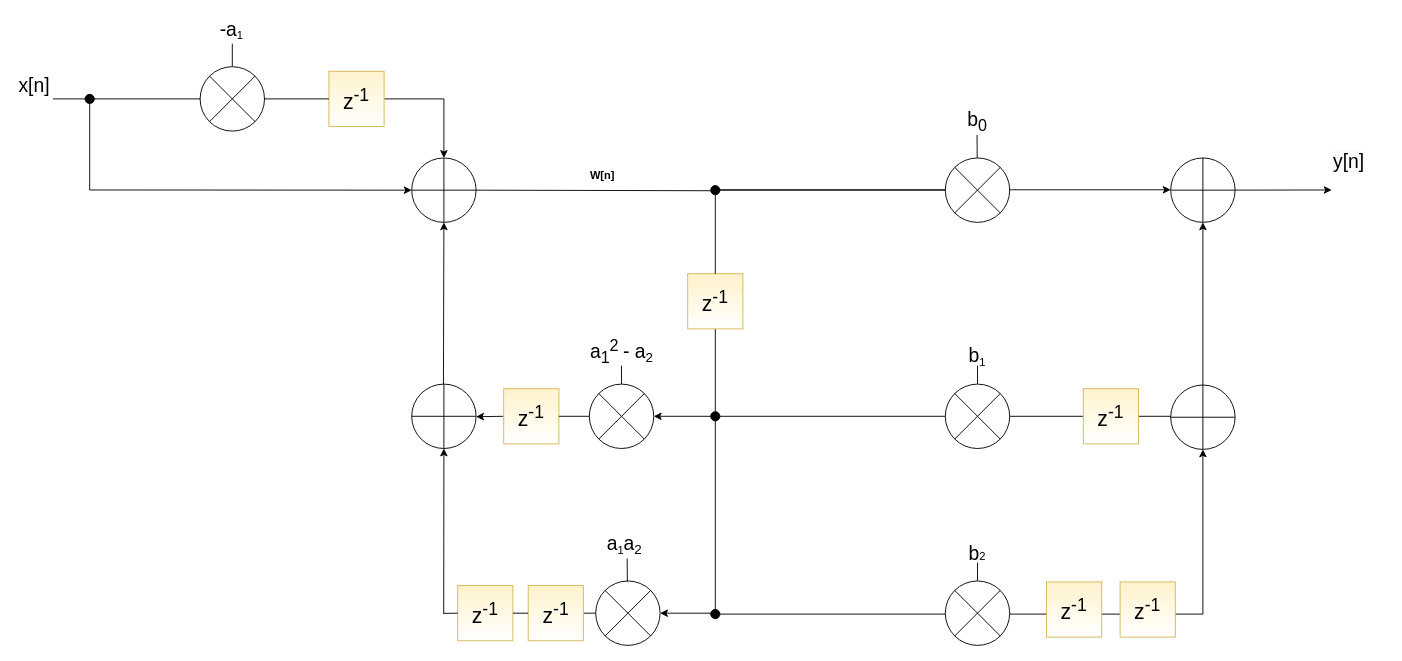
Before: drawio_wavedrom_files_innovus/optimized_version/IIR_retiming.drawio in francescobabbaro/ISA_LAB1, a draw.io diagram. Source tidied: cells renumbered, new cells numbered last; positions are measured from the earlier drawing's top-left corner, leaving out a move shared by most shapes. Both pictures are drawn from the tidied source at 92%, with x=0, y=0 at pixel (16, 16).
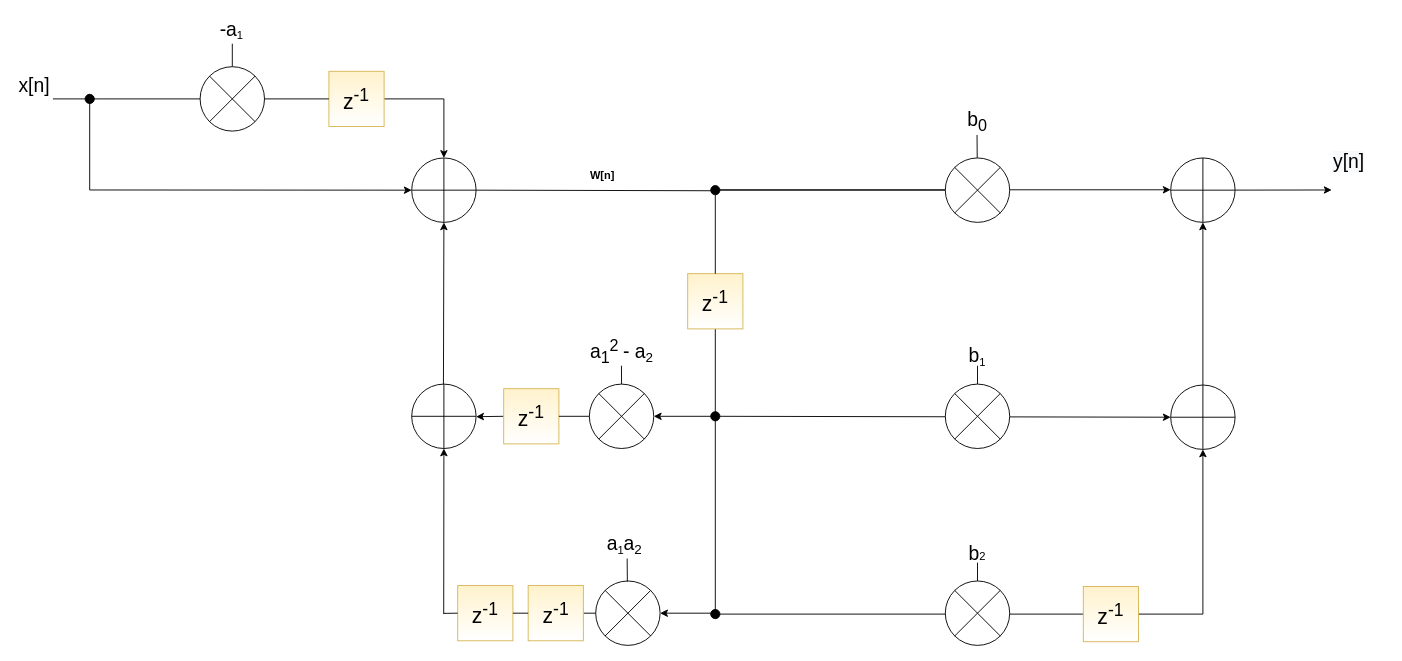
After the change.

Commit message (it also covers changes not shown here):
Update schematics optimized version

The change refers to these unchanged cells:
```xml
<mxCell id="17" style="ellipse;whiteSpace=wrap;html=1;fillColor=#000000;" parent="1" vertex="1">
  <mxGeometry x="755" y="430" width="10" height="10" as="geometry" />
</mxCell>
<mxCell id="35" style="verticalLabelPosition=bottom;verticalAlign=top;html=1;shape=mxgraph.flowchart.summing_function;" parent="1" vertex="1">
  <mxGeometry x="1255" y="154.2" width="70" height="70" as="geometry" />
</mxCell>
<mxCell id="55" style="verticalLabelPosition=bottom;verticalAlign=top;html=1;shape=mxgraph.flowchart.summing_function;" parent="1" vertex="1">
  <mxGeometry x="1255" y="401" width="70" height="70" as="geometry" />
</mxCell>
```

The edit, as a diff of the source:
```diff
@@
-    <mxCell id="30" style="endArrow=classic;html=1;rounded=0;entryX=0.5;entryY=1;entryDx=0;entryDy=0;entryPerimeter=0;exitX=1;exitY=0.5;exitDx=0;exitDy=0;" parent="1" edge="1" source="17" target="35">
-      <mxGeometry relative="1" as="geometry">
-        <Array as="points">
-          <mxPoint x="1290" y="435" />
-        </Array>
-      </mxGeometry>
+    <mxCell id="30" style="endArrow=classic;html=1;rounded=0;entryX=0;entryY=0.5;entryDx=0;entryDy=0;entryPerimeter=0;exitX=1;exitY=0.5;exitDx=0;exitDy=0;" parent="1" edge="1" source="17" target="55">
+      <mxGeometry relative="1" as="geometry" />
     </mxCell>
@@
-    <mxCell id="51" value="&lt;font style=&quot;font-size: 23px&quot;&gt;z&lt;sup&gt;-1&lt;/sup&gt;&lt;/font&gt;" style="whiteSpace=wrap;html=1;fillColor=#fff2cc;strokeColor=#d6b656;gradientColor=#ffffff;" parent="1" vertex="1">
-      <mxGeometry x="1160" y="405" width="60" height="60" as="geometry" />
-    </mxCell>
@@
     <mxCell id="57" value="&lt;font style=&quot;font-size: 23px&quot;&gt;z&lt;sup&gt;-1&lt;/sup&gt;&lt;/font&gt;" style="whiteSpace=wrap;html=1;fillColor=#fff2cc;strokeColor=#d6b656;gradientColor=#ffffff;" parent="1" vertex="1">
-      <mxGeometry x="1120" y="615" width="60" height="60" as="geometry" />
+      <mxGeometry x="1160" y="620" width="60" height="60" as="geometry" />
     </mxCell>
-    <mxCell id="58" value="&lt;font style=&quot;font-size: 23px&quot;&gt;z&lt;sup&gt;-1&lt;/sup&gt;&lt;/font&gt;" style="whiteSpace=wrap;html=1;fillColor=#fff2cc;strokeColor=#d6b656;gradientColor=#ffffff;" parent="1" vertex="1">
-      <mxGeometry x="1200" y="615" width="60" height="60" as="geometry" />
-    </mxCell>
@@
+    <mxCell id="60" style="endArrow=classic;html=1;rounded=0;exitX=0.5;exitY=0;exitDx=0;exitDy=0;exitPerimeter=0;entryX=0.5;entryY=1;entryDx=0;entryDy=0;entryPerimeter=0;" parent="1" edge="1" source="55" target="35">
+      <mxGeometry relative="1" as="geometry" />
+    </mxCell>
```
